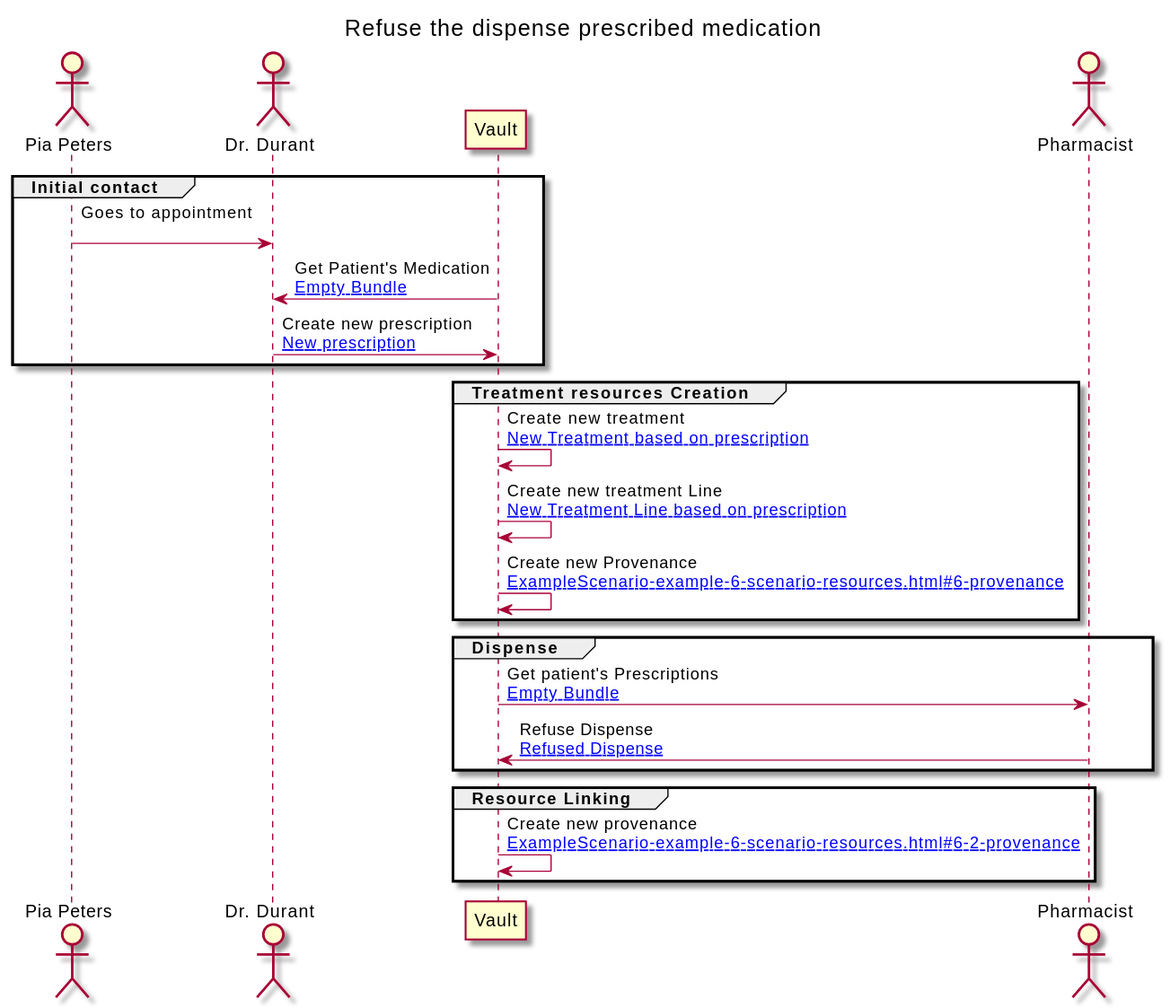
jcostateixeira/riziv-medication-record keeps this PlantUML diagram as branches/master/ExampleScenario-example-6-scenario.svg. Above is the earlier version.
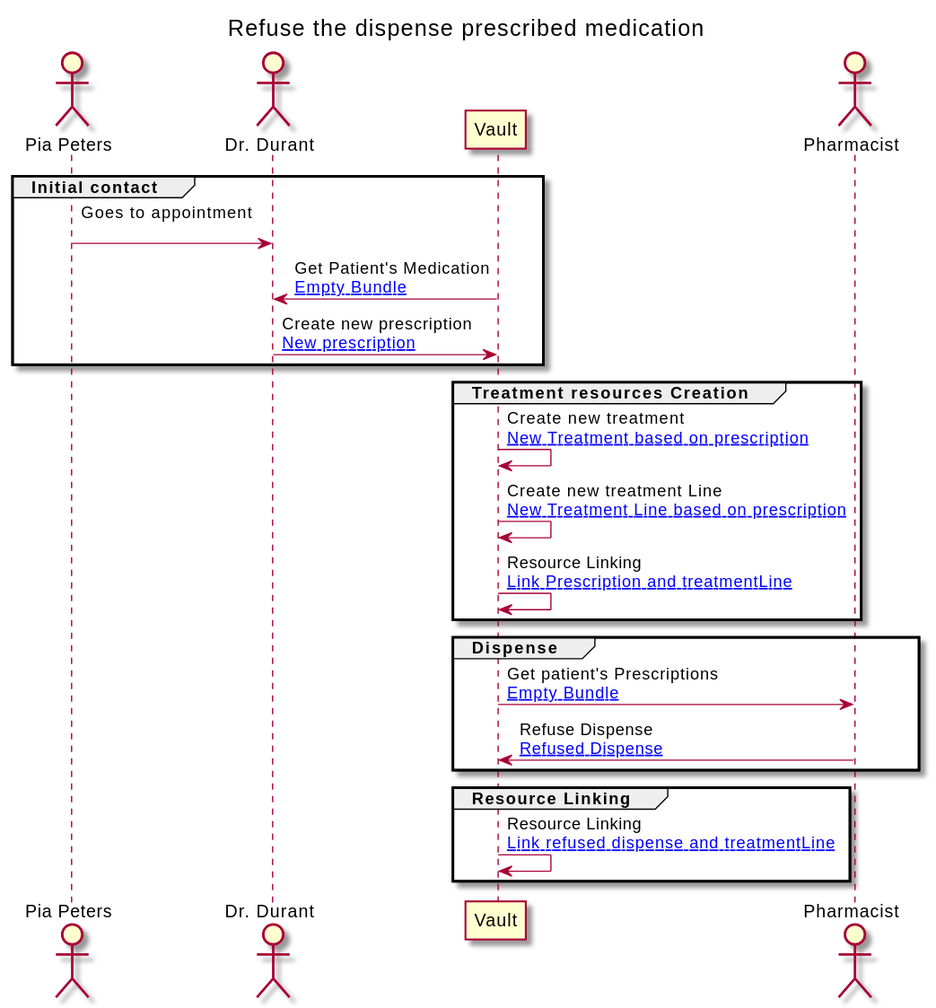
After the commit.

What changed in the source:
```diff
@@ -24,7 +24,7 @@
 
 VAULT -> VAULT : Create new treatment\n[[ExampleScenario-example-6-scenario-resources.html#6-treatment New Treatment based on prescription]]
 VAULT -> VAULT : Create new treatment Line\n[[ExampleScenario-example-6-scenario-resources.html#6-treatmentLine New Treatment Line based on prescription]]
-VAULT -> VAULT : Create new Provenance\n[[ExampleScenario-example-6-scenario-resources.html#6-provenance ]]
+VAULT -> VAULT : Resource Linking\n[[ExampleScenario-example-6-scenario-resources.html#6-provenance Link Prescription and treatmentLine]]
 end
 
 group Dispense
@@ -35,7 +35,7 @@
 
 group Resource Linking
 
-VAULT -> VAULT : Create new provenance\n[[ExampleScenario-example-6-scenario-resources.html#6-2-provenance ]]
+VAULT -> VAULT : Resource Linking\n[[ExampleScenario-example-6-scenario-resources.html#6-2-provenance Link refused dispense and treatmentLine]]
 end
 
 
```
